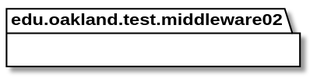
Before: docs/uml-class-diagrams/middleware02/test/Middleware02TestPackage_InternalDependencies.svg, a diagram exported from PlantUML (andrewdimmer/csi-3370-software-project). Its diagram source:
```plantuml
@startuml Middleware02TestPackage_InternalDependencies

package edu.oakland.test.middleware02 {

}

@enduml
```
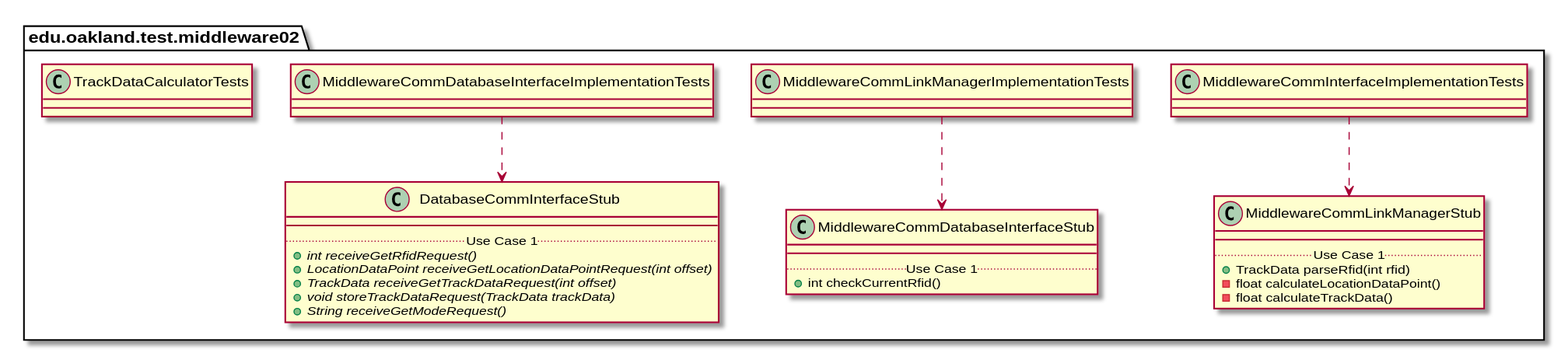
The same file after the commit.

Diff of the diagram source:
```diff
@@ -4,4 +4,72 @@
 
 }
 
+
+package edu.oakland.test.middleware02 {
+    class MiddlewareCommInterfaceImplementationTests {
+
+    }
+}
+
+
+
+package edu.oakland.test.middleware02 {
+    class MiddlewareCommLinkManagerStub {
+        __
+        .. Use Case 1 ..
+        + TrackData parseRfid(int rfid)
+        - float calculateLocationDataPoint()
+        - float calculateTrackData()
+    }
+}
+
+MiddlewareCommInterfaceImplementationTests ..> MiddlewareCommLinkManagerStub
+
+package edu.oakland.test.middleware02 {
+    class MiddlewareCommLinkManagerImplementationTests {
+
+    }
+}
+
+
+
+package edu.oakland.test.middleware02 {
+    class MiddlewareCommDatabaseInterfaceStub {
+        __
+        .. Use Case 1 ..
+        + int checkCurrentRfid()
+    }
+}
+
+MiddlewareCommLinkManagerImplementationTests ..> MiddlewareCommDatabaseInterfaceStub
+
+package edu.oakland.test.middleware02 {
+    class MiddlewareCommDatabaseInterfaceImplementationTests {
+
+    }
+}
+
+
+
+package edu.oakland.test.middleware02 {
+    class DatabaseCommInterfaceStub {
+        __
+        .. Use Case 1 ..
+        {abstract} + int receiveGetRfidRequest()
+        {abstract} + LocationDataPoint receiveGetLocationDataPointRequest(int offset)
+        {abstract} + TrackData receiveGetTrackDataRequest(int offset)
+        {abstract} + void storeTrackDataRequest(TrackData trackData)
+        {abstract} + String receiveGetModeRequest()
+    }
+}
+
+MiddlewareCommDatabaseInterfaceImplementationTests ..> DatabaseCommInterfaceStub
+
+package edu.oakland.test.middleware02 {
+    class TrackDataCalculatorTests {
+
+    }
+}
+
+
 @enduml
```
